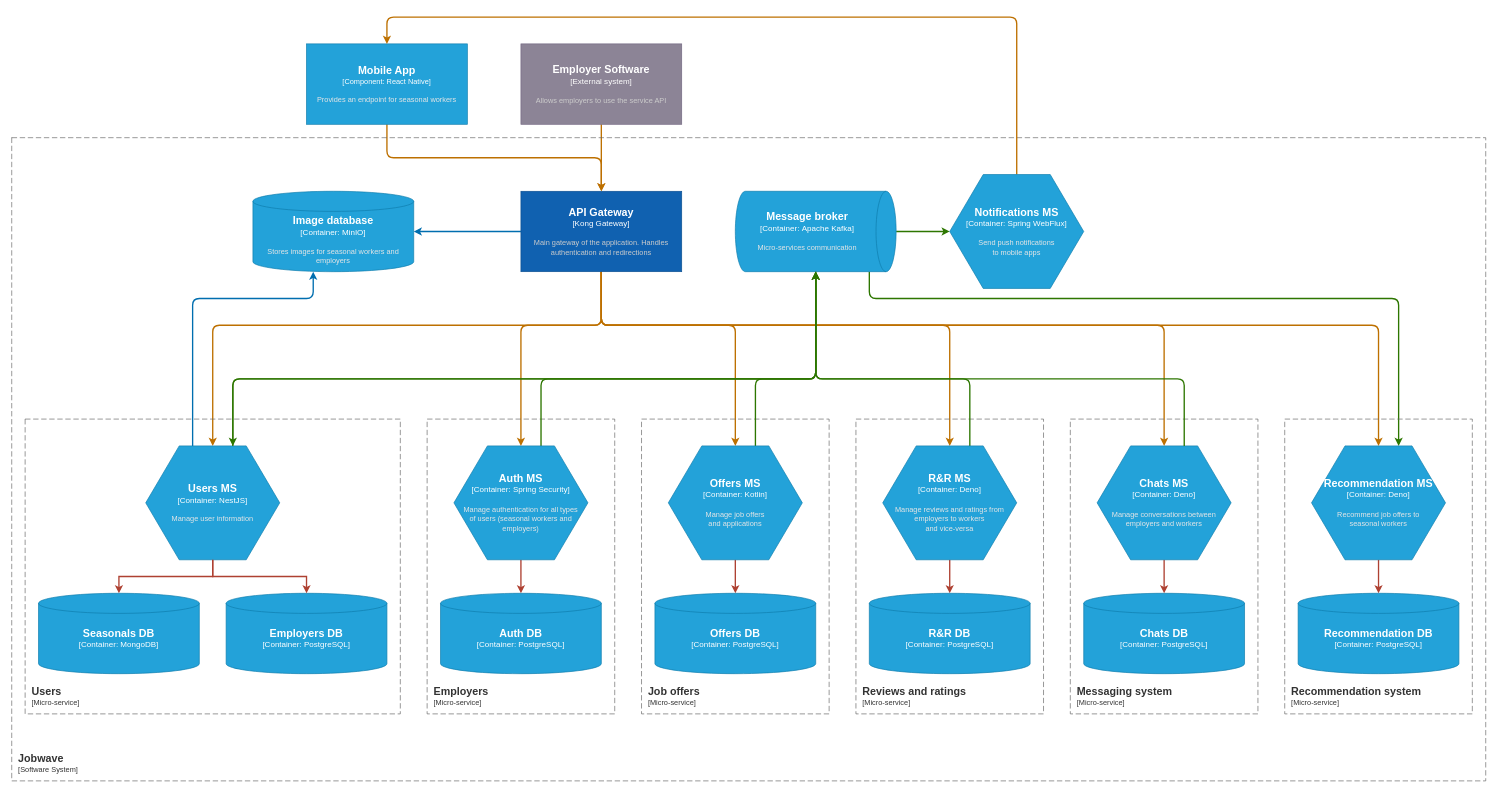
Before: docs/architecture-diagram.drawio in BioTheWolff/Jobwave, a draw.io diagram. Source tidied: cells renumbered, new cells numbered last; positions are measured from the earlier drawing's top-left corner, leaving out a move shared by most shapes. Both pictures are drawn from the tidied source at 67%, with x=0, y=0 at pixel (11, 17).
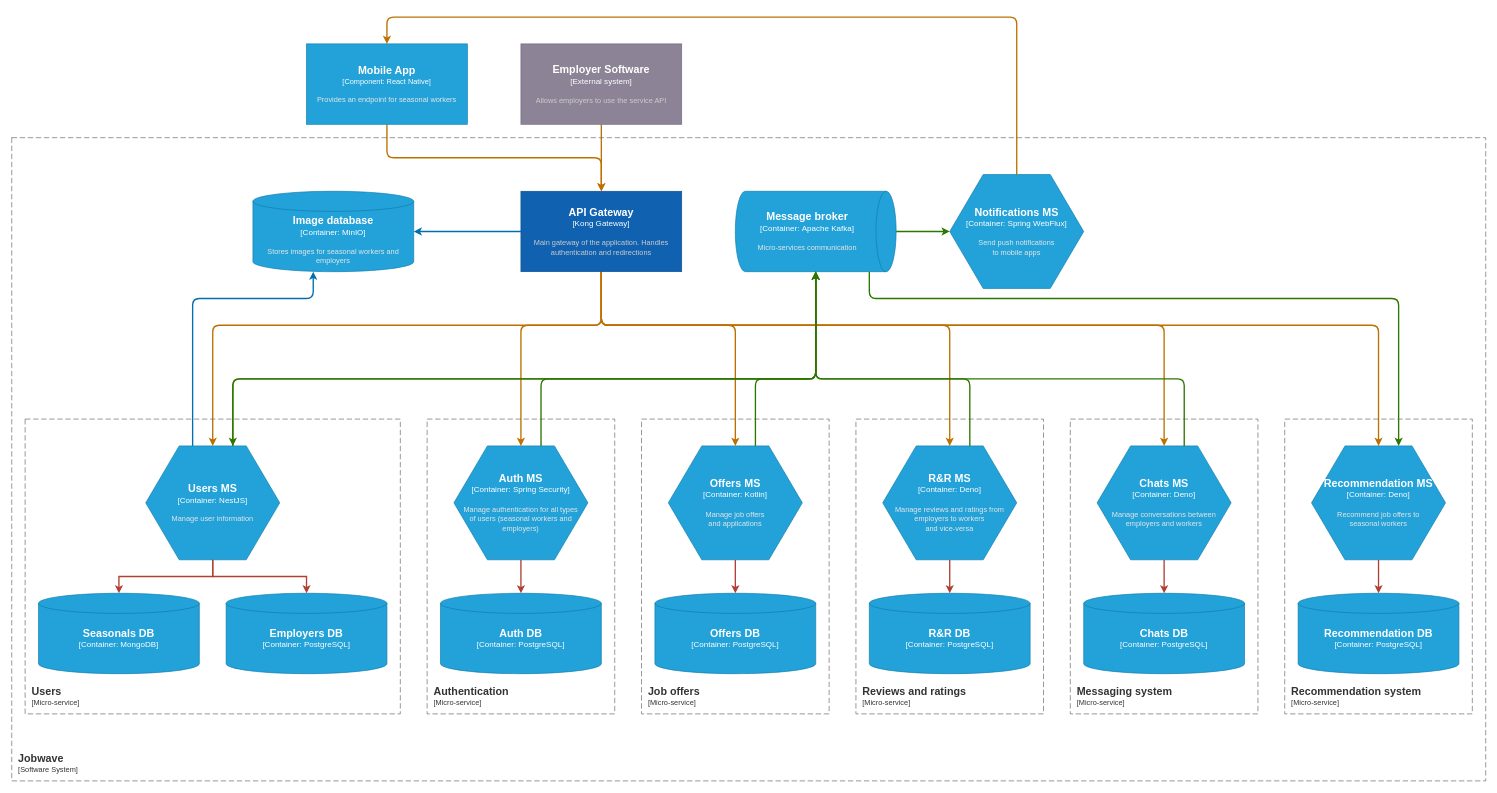
Above is the later version.

Commit message (it also covers changes not shown here):
docs: change info on STs and TGTs

Change to the diagram source:
```diff
@@
-    <object id="45" label="&lt;font style=&quot;font-size: 16px&quot;&gt;&lt;b&gt;&lt;div style=&quot;text-align: left&quot;&gt;%c4Name%&lt;/div&gt;&lt;/b&gt;&lt;/font&gt;&lt;div style=&quot;text-align: left&quot;&gt;[%c4Application%]&lt;/div&gt;" c4Application="Micro-service" c4Name="Employers" placeholders="1">
+    <object id="45" label="&lt;font style=&quot;font-size: 16px&quot;&gt;&lt;b&gt;&lt;div style=&quot;text-align: left&quot;&gt;%c4Name%&lt;/div&gt;&lt;/b&gt;&lt;/font&gt;&lt;div style=&quot;text-align: left&quot;&gt;[%c4Application%]&lt;/div&gt;" c4Application="Micro-service" c4Name="Authentication" placeholders="1">
       <mxCell style="rounded=0;fontSize=11;whiteSpace=wrap;html=1;dashed=1;arcSize=20;fillColor=none;strokeColor=#666666;fontColor=#333333;labelBackgroundColor=none;align=left;verticalAlign=bottom;labelBorderColor=none;spacingTop=0;spacing=10;dashPattern=8 4;perimeter=rectanglePerimeter;noLabel=0;labelPadding=0;absoluteArcSize=1;" parent="1" vertex="1">
         <mxGeometry x="620" y="600" width="280" height="440" as="geometry" />
       </mxCell>
     </object>
```
